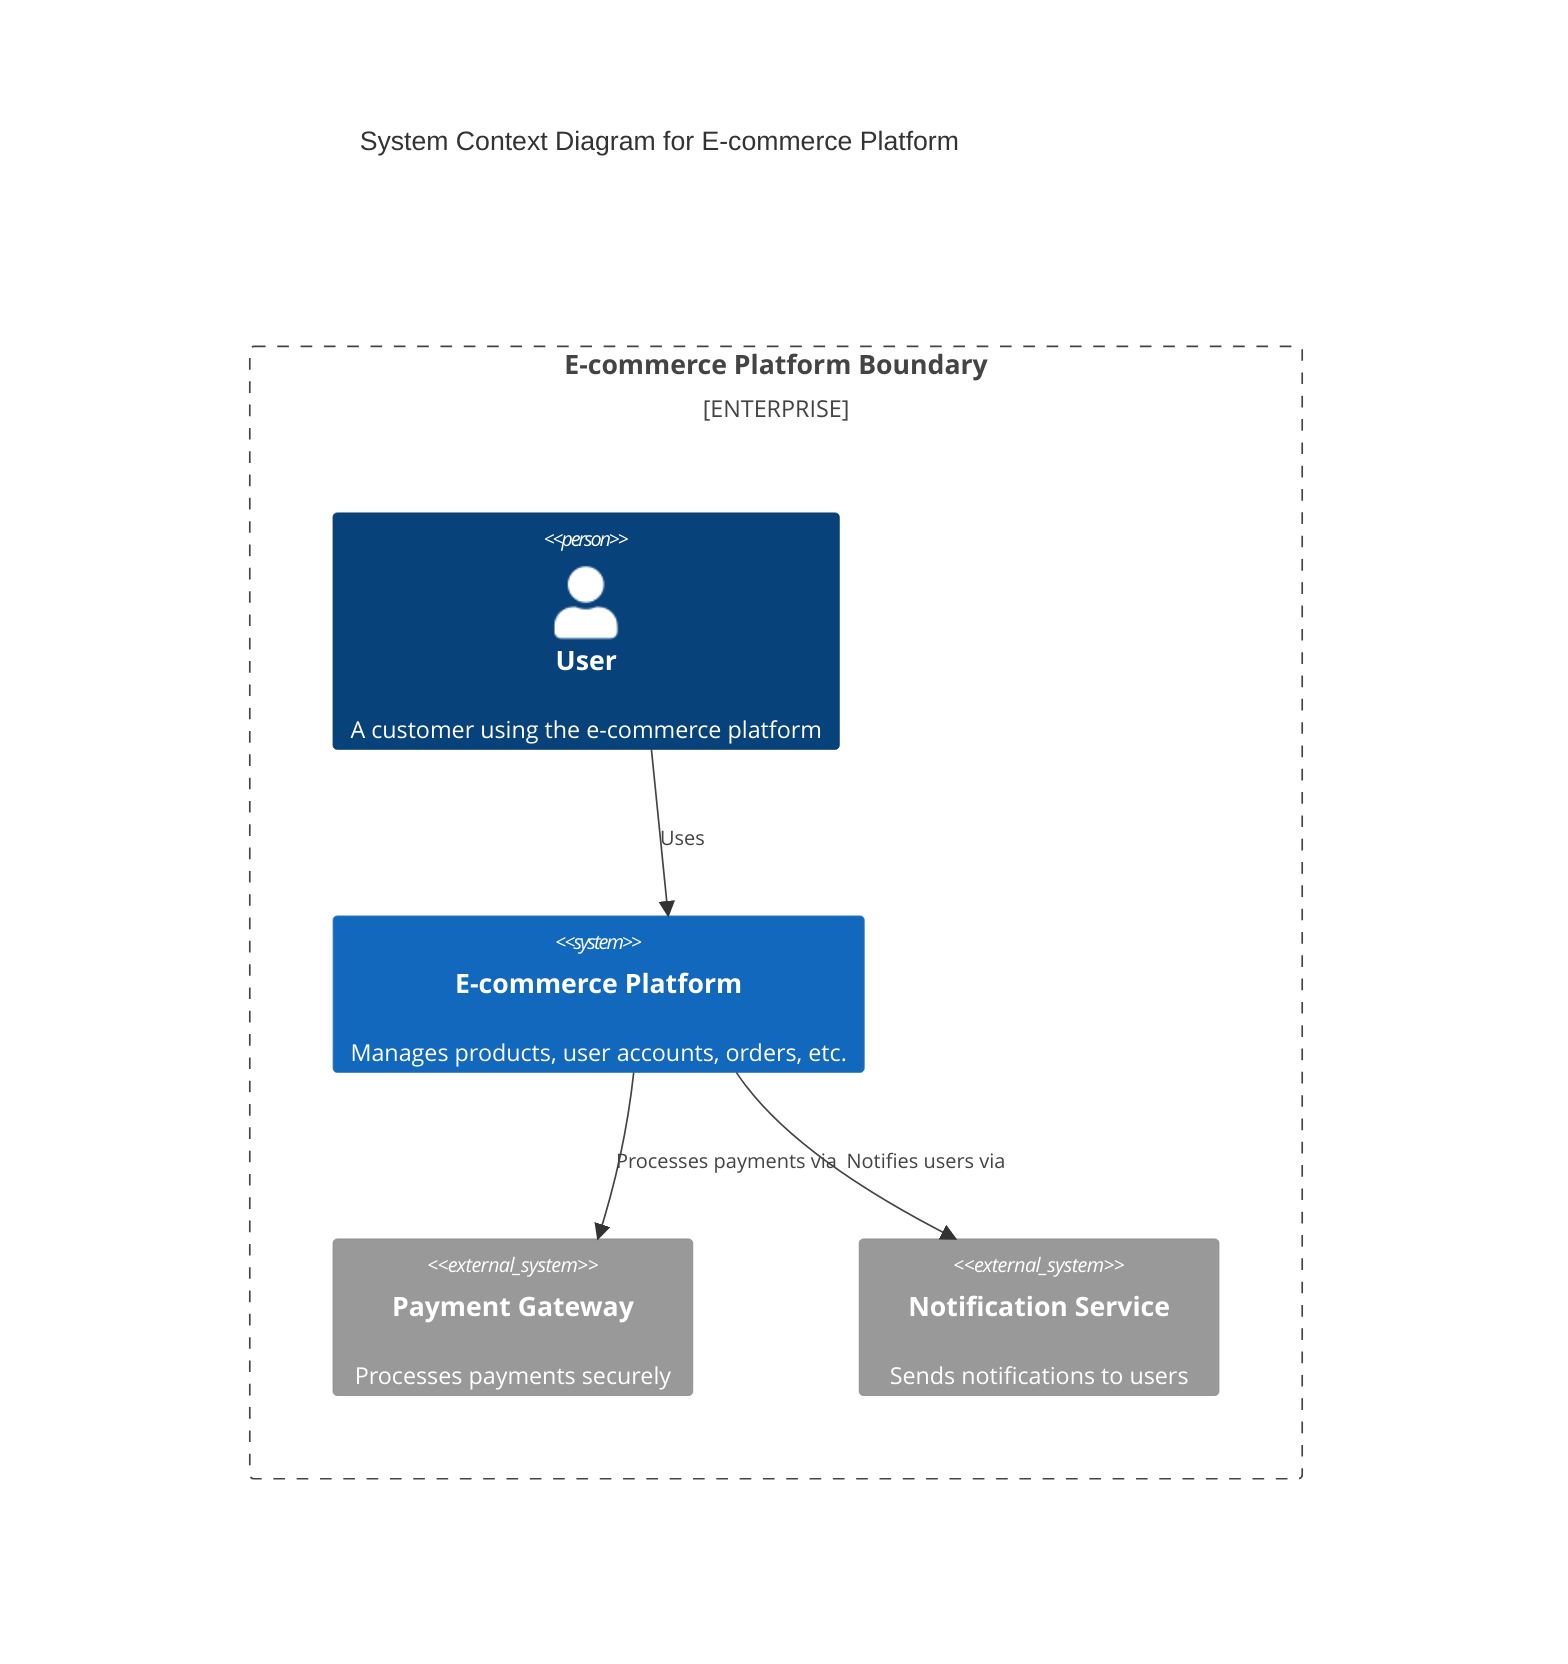
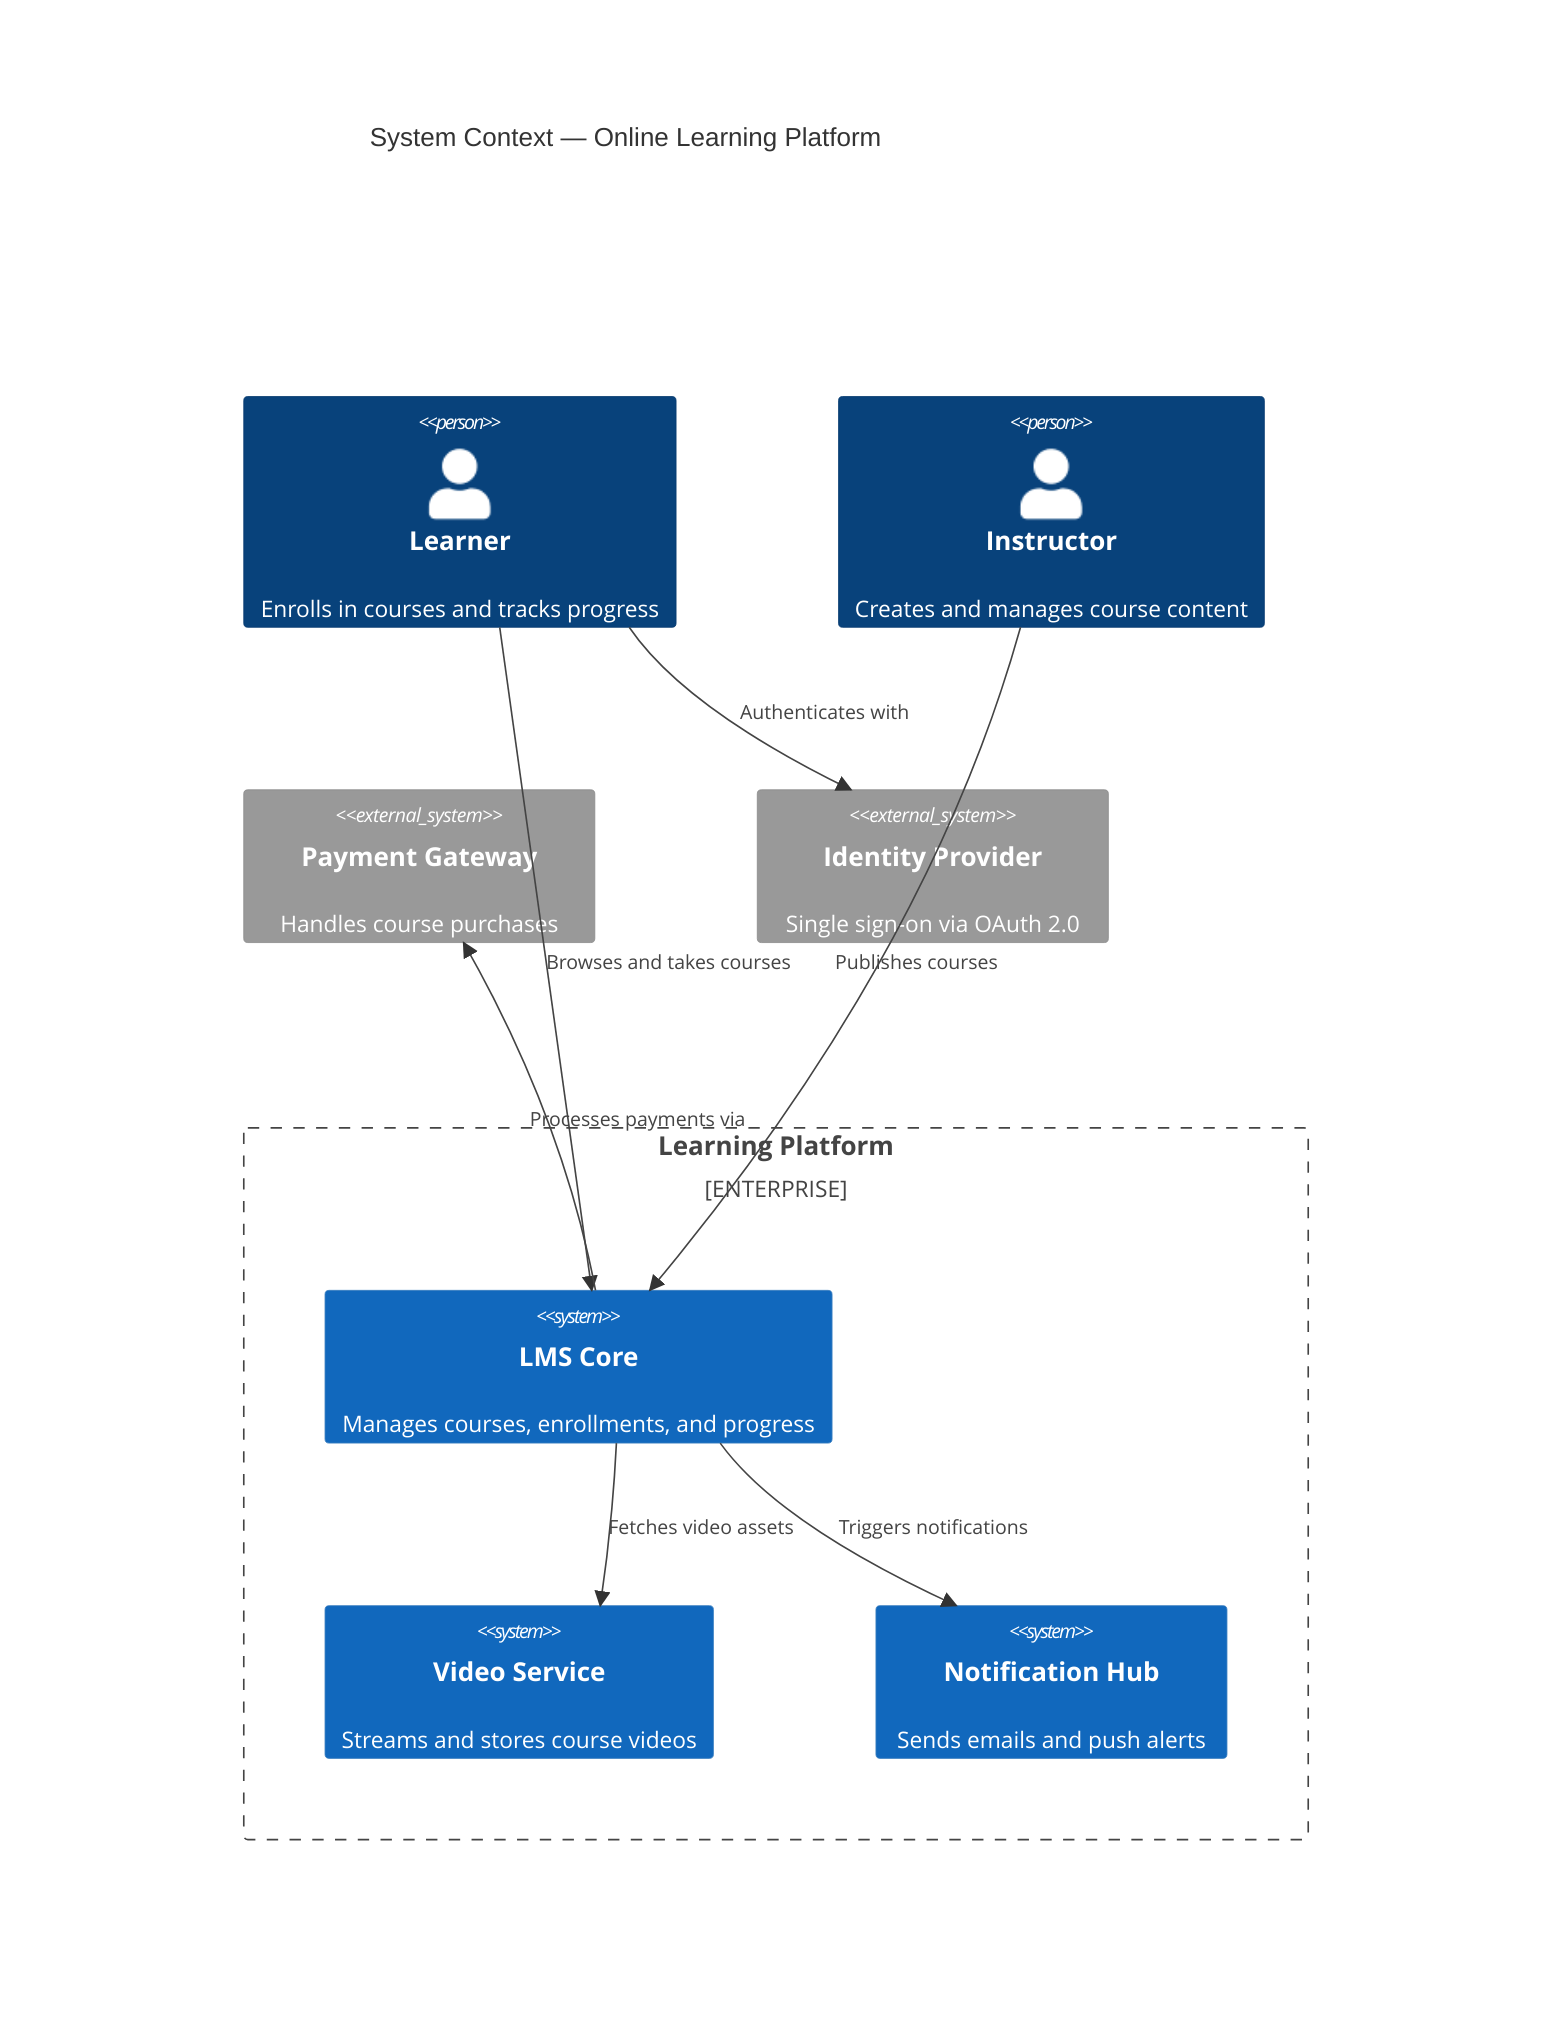
C4Context
-     title System Context Diagram for E-commerce Platform
+     title System Context — Online Learning Platform

-     Enterprise_Boundary(ecommerce, "E-commerce Platform Boundary") {
-         Person(user, "User", "A customer using the e-commerce platform")
-         System(ecomSystem, "E-commerce Platform", "Manages products, user accounts, orders, etc.")
+     Person(learner, "Learner", "Enrolls in courses and tracks progress")
+     Person(instructor, "Instructor", "Creates and manages course content")

-         System_Ext(paymentGateway, "Payment Gateway", "Processes payments securely")
-         System_Ext(notificationService, "Notification Service", "Sends notifications to users")
+     Enterprise_Boundary(platform, "Learning Platform") {
+         System(lms, "LMS Core", "Manages courses, enrollments, and progress")
+         System(video, "Video Service", "Streams and stores course videos")
+         System(notify, "Notification Hub", "Sends emails and push alerts")
+     }

-         Rel(user, ecomSystem, "Uses")
-         Rel(ecomSystem, paymentGateway, "Processes payments via")
-         Rel(ecomSystem, notificationService, "Notifies users via")
-     }
+     System_Ext(payment, "Payment Gateway", "Handles course purchases")
+     System_Ext(idp, "Identity Provider", "Single sign-on via OAuth 2.0")
+ 
+     Rel(learner, lms, "Browses and takes courses")
+     Rel(instructor, lms, "Publishes courses")
+     Rel(lms, video, "Fetches video assets")
+     Rel(lms, notify, "Triggers notifications")
+     Rel(lms, payment, "Processes payments via")
+     Rel(learner, idp, "Authenticates with")
